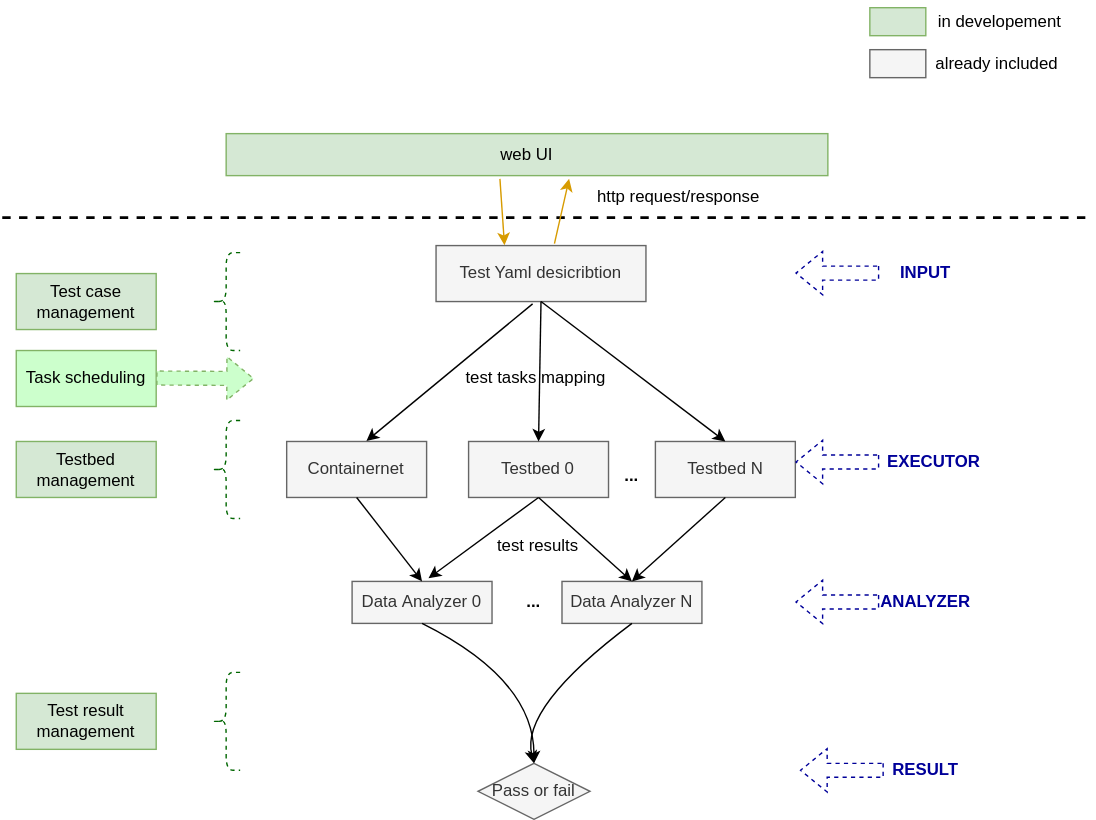
The draw.io diagram docs/imgs/oasis_arch.svg in penglei0/oasis, before a commit. Source tidied: cells renumbered, new cells last; positions are measured from the earlier drawing's top-left corner, leaving out a move shared by most shapes.
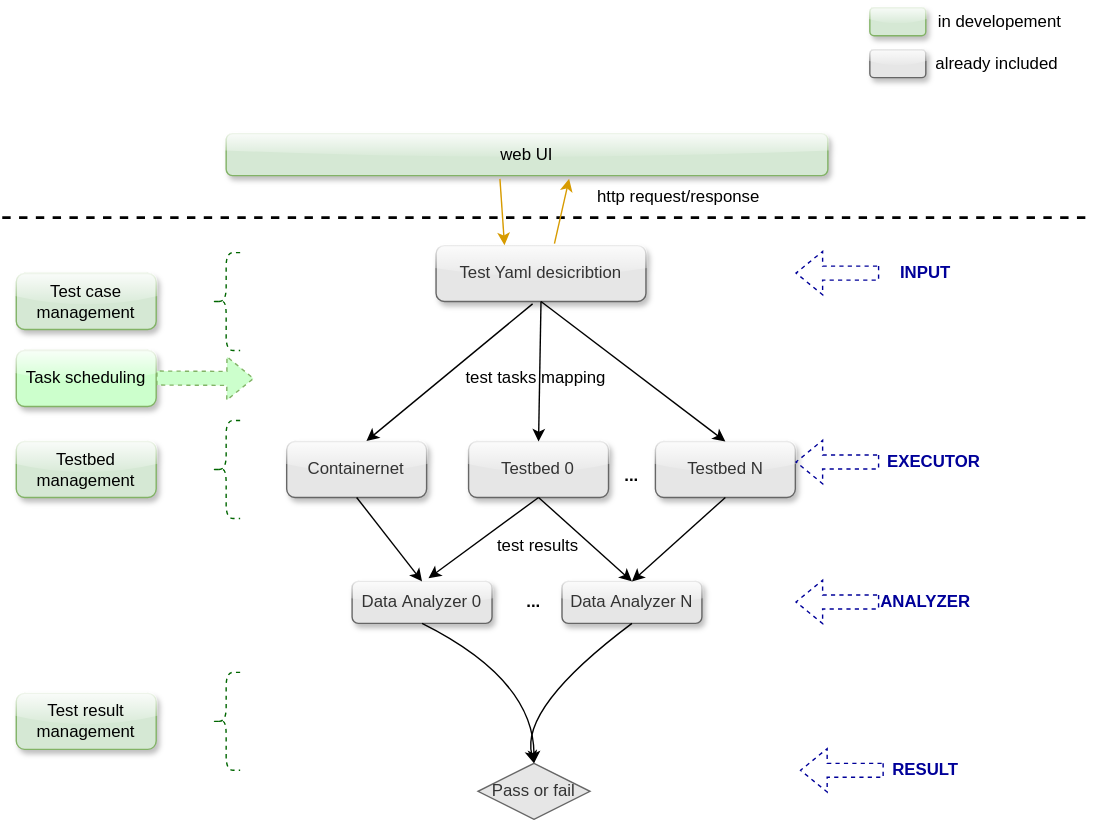
After the commit.

Diff of the diagram source:
```diff
@@ -2,16 +2,16 @@
   <root>
     <mxCell id="0" />
     <mxCell id="1" parent="0" />
-    <mxCell id="2" value="Test Yaml desicribtion" style="rounded=0;whiteSpace=wrap;html=1;fillColor=#f5f5f5;fontColor=#333333;strokeColor=#666666;" parent="1" vertex="1">
+    <mxCell id="2" value="Test Yaml desicribtion" style="rounded=1;whiteSpace=wrap;html=1;fillColor=#E6E6E6;fontColor=#333333;strokeColor=#666666;glass=1;shadow=1;" parent="1" vertex="1">
       <mxGeometry x="310" y="175" width="150" height="40" as="geometry" />
     </mxCell>
-    <mxCell id="3" value="Containernet" style="rounded=0;whiteSpace=wrap;html=1;fillColor=#f5f5f5;fontColor=#333333;strokeColor=#666666;" parent="1" vertex="1">
+    <mxCell id="3" value="Containernet" style="rounded=1;whiteSpace=wrap;html=1;fillColor=#E6E6E6;fontColor=#333333;strokeColor=#666666;glass=1;shadow=1;" parent="1" vertex="1">
       <mxGeometry x="203.2" y="315" width="100" height="40" as="geometry" />
     </mxCell>
-    <mxCell id="4" value="Testbed 0" style="rounded=0;whiteSpace=wrap;html=1;fillColor=#f5f5f5;fontColor=#333333;strokeColor=#666666;" parent="1" vertex="1">
+    <mxCell id="4" value="Testbed 0" style="rounded=1;whiteSpace=wrap;html=1;fillColor=#E6E6E6;fontColor=#333333;strokeColor=#666666;glass=1;shadow=1;" parent="1" vertex="1">
       <mxGeometry x="333.2" y="315" width="100" height="40" as="geometry" />
     </mxCell>
-    <mxCell id="5" value="Testbed N" style="rounded=0;whiteSpace=wrap;html=1;fillColor=#f5f5f5;fontColor=#333333;strokeColor=#666666;" parent="1" vertex="1">
+    <mxCell id="5" value="Testbed N" style="rounded=1;whiteSpace=wrap;html=1;fillColor=#E6E6E6;fontColor=#333333;strokeColor=#666666;glass=1;shadow=1;" parent="1" vertex="1">
       <mxGeometry x="466.8" y="315" width="100" height="40" as="geometry" />
     </mxCell>
     <mxCell id="6" style="endArrow=classic;html=1;rounded=0;entryX=0.57;entryY=-0.008;entryDx=0;entryDy=0;entryPerimeter=0;exitX=0.46;exitY=1.041;exitDx=0;exitDy=0;exitPerimeter=0;" parent="1" edge="1" source="2" target="3">
@@ -29,10 +29,10 @@
     <mxCell id="10" value="&lt;b&gt;&lt;font color=&quot;#000099&quot;&gt;EXECUTOR&lt;/font&gt;&lt;/b&gt;" style="text;html=1;strokeColor=none;fillColor=none;align=center;verticalAlign=middle;whiteSpace=wrap;rounded=0;" parent="1" vertex="1">
       <mxGeometry x="636" y="315" width="60" height="30" as="geometry" />
     </mxCell>
-    <mxCell id="11" value="Data&amp;nbsp;Analyzer 0" style="rounded=0;whiteSpace=wrap;html=1;fillColor=#f5f5f5;fontColor=#333333;strokeColor=#666666;" parent="1" vertex="1">
+    <mxCell id="11" value="Data&amp;nbsp;Analyzer 0" style="rounded=1;whiteSpace=wrap;html=1;fillColor=#E6E6E6;fontColor=#333333;strokeColor=#666666;glass=1;shadow=1;" parent="1" vertex="1">
       <mxGeometry x="250" y="415" width="100" height="30" as="geometry" />
     </mxCell>
-    <mxCell id="12" value="Data&amp;nbsp;Analyzer N" style="rounded=0;whiteSpace=wrap;html=1;fillColor=#f5f5f5;fontColor=#333333;strokeColor=#666666;" parent="1" vertex="1">
+    <mxCell id="12" value="Data&amp;nbsp;Analyzer N" style="rounded=1;whiteSpace=wrap;html=1;fillColor=#E6E6E6;fontColor=#333333;strokeColor=#666666;glass=1;shadow=1;" parent="1" vertex="1">
       <mxGeometry x="400" y="415" width="100" height="30" as="geometry" />
     </mxCell>
     <mxCell id="13" value="&lt;b&gt;...&lt;/b&gt;" style="text;html=1;strokeColor=none;fillColor=none;align=center;verticalAlign=middle;whiteSpace=wrap;rounded=0;" parent="1" vertex="1">
@@ -78,7 +78,7 @@
         </Array>
       </mxGeometry>
     </mxCell>
-    <mxCell id="23" value="Pass or fail" style="rhombus;whiteSpace=wrap;html=1;fillColor=#f5f5f5;fontColor=#333333;strokeColor=#666666;" parent="1" vertex="1">
+    <mxCell id="23" value="Pass or fail" style="rhombus;whiteSpace=wrap;html=1;fillColor=#E6E6E6;fontColor=#333333;strokeColor=#666666;" parent="1" vertex="1">
       <mxGeometry x="340" y="545" width="80" height="40" as="geometry" />
     </mxCell>
     <mxCell id="24" value="&lt;b&gt;&lt;font color=&quot;#000099&quot;&gt;RESULT&lt;/font&gt;&lt;/b&gt;" style="text;html=1;strokeColor=none;fillColor=none;align=center;verticalAlign=middle;whiteSpace=wrap;rounded=0;" parent="1" vertex="1">
@@ -116,16 +116,16 @@
     <mxCell id="31" style="shape=curlyBracket;whiteSpace=wrap;html=1;rounded=1;labelPosition=left;verticalLabelPosition=middle;align=right;verticalAlign=middle;fillColor=#ffe6cc;strokeColor=#006600;dashed=1;" parent="1" vertex="1">
       <mxGeometry x="150" y="480" width="20" height="70" as="geometry" />
     </mxCell>
-    <mxCell id="32" value="Test case management" style="rounded=0;whiteSpace=wrap;html=1;fillColor=#d5e8d4;strokeColor=#82b366;" parent="1" vertex="1">
+    <mxCell id="32" value="Test case management" style="rounded=1;whiteSpace=wrap;html=1;fillColor=#d5e8d4;strokeColor=#82b366;glass=1;shadow=1;" parent="1" vertex="1">
       <mxGeometry x="10" y="195" width="100" height="40" as="geometry" />
     </mxCell>
-    <mxCell id="33" value="Testbed management" style="rounded=0;whiteSpace=wrap;html=1;fillColor=#d5e8d4;strokeColor=#82b366;" parent="1" vertex="1">
+    <mxCell id="33" value="Testbed management" style="rounded=1;whiteSpace=wrap;html=1;fillColor=#d5e8d4;strokeColor=#82b366;glass=1;shadow=1;" parent="1" vertex="1">
       <mxGeometry x="10" y="315" width="100" height="40" as="geometry" />
     </mxCell>
-    <mxCell id="34" value="Test result management" style="rounded=0;whiteSpace=wrap;html=1;fillColor=#d5e8d4;strokeColor=#82b366;" parent="1" vertex="1">
+    <mxCell id="34" value="Test result management" style="rounded=1;whiteSpace=wrap;html=1;fillColor=#d5e8d4;strokeColor=#82b366;glass=1;shadow=1;" parent="1" vertex="1">
       <mxGeometry x="10" y="495" width="100" height="40" as="geometry" />
     </mxCell>
-    <mxCell id="35" value="Task scheduling" style="rounded=0;whiteSpace=wrap;html=1;fillColor=#CCFFCC;strokeColor=#82b366;" parent="1" vertex="1">
+    <mxCell id="35" value="Task scheduling" style="rounded=1;whiteSpace=wrap;html=1;fillColor=#CCFFCC;strokeColor=#82b366;glass=1;shadow=1;" parent="1" vertex="1">
       <mxGeometry x="10" y="250" width="100" height="40" as="geometry" />
     </mxCell>
     <mxCell id="36" style="shape=flexArrow;endArrow=classic;html=1;rounded=0;exitX=0;exitY=0.5;exitDx=0;exitDy=0;dashed=1;strokeColor=#82b366;fillColor=#CCFFCC;" parent="1" edge="1">
@@ -143,7 +143,7 @@
         <mxPoint x="780" y="155" as="targetPoint" />
       </mxGeometry>
     </mxCell>
-    <mxCell id="39" value="web UI" style="rounded=0;whiteSpace=wrap;html=1;fillColor=#d5e8d4;strokeColor=#82b366;" parent="1" vertex="1">
+    <mxCell id="39" value="web UI" style="rounded=1;whiteSpace=wrap;html=1;fillColor=#d5e8d4;strokeColor=#82b366;glass=1;shadow=1;" parent="1" vertex="1">
       <mxGeometry x="160" y="95" width="430" height="30" as="geometry" />
     </mxCell>
     <mxCell id="40" style="endArrow=classic;html=1;rounded=0;entryX=0.326;entryY=-0.005;entryDx=0;entryDy=0;entryPerimeter=0;exitX=0.455;exitY=1.077;exitDx=0;exitDy=0;exitPerimeter=0;fillColor=#ffe6cc;strokeColor=#d79b00;" parent="1" edge="1" source="39" target="2">
@@ -155,10 +155,10 @@
     <mxCell id="42" value="http request/response" style="text;html=1;strokeColor=none;fillColor=none;align=center;verticalAlign=middle;whiteSpace=wrap;rounded=0;" parent="1" vertex="1">
       <mxGeometry x="406.8" y="125" width="153.2" height="30" as="geometry" />
     </mxCell>
-    <mxCell id="43" style="rounded=0;whiteSpace=wrap;html=1;fillColor=#f5f5f5;fontColor=#333333;strokeColor=#666666;" parent="1" vertex="1">
+    <mxCell id="43" style="rounded=1;whiteSpace=wrap;html=1;fillColor=#E6E6E6;fontColor=#333333;strokeColor=#666666;glass=1;shadow=1;" parent="1" vertex="1">
       <mxGeometry x="620" y="35" width="40" height="20" as="geometry" />
     </mxCell>
-    <mxCell id="44" style="rounded=0;whiteSpace=wrap;html=1;fillColor=#d5e8d4;strokeColor=#82b366;" parent="1" vertex="1">
+    <mxCell id="44" style="rounded=1;whiteSpace=wrap;html=1;fillColor=#d5e8d4;strokeColor=#82b366;glass=1;shadow=1;" parent="1" vertex="1">
       <mxGeometry x="620" y="5" width="40" height="20" as="geometry" />
     </mxCell>
     <mxCell id="45" value="already included" style="text;html=1;strokeColor=none;fillColor=none;align=center;verticalAlign=middle;whiteSpace=wrap;rounded=0;" parent="1" vertex="1">
```
